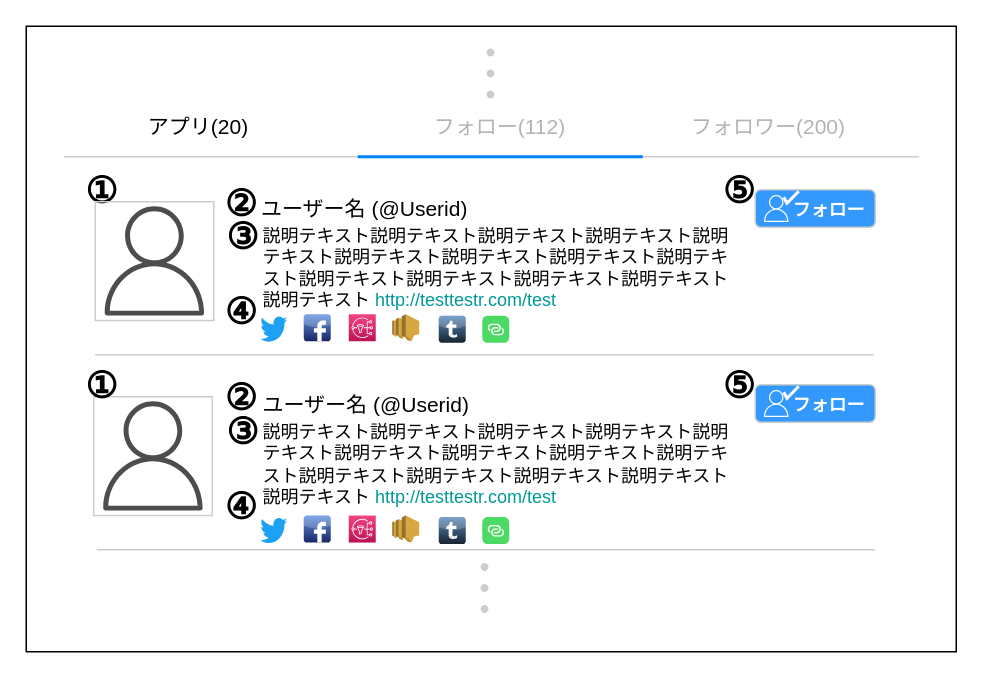
MewW6m/Mineso keeps this draw.io diagram as page "フォロー一覧" (7 of 18) of docsMng/reference/2_bd/ScreenDesign/scdesign.drawio. Above is the earlier version. Source tidied: cells renumbered, new cells numbered last; positions are measured from the earlier drawing's top-left corner, leaving out a move shared by most shapes. Both pictures are drawn from the tidied source at 150%, with x=0, y=0 at pixel (26, 26).
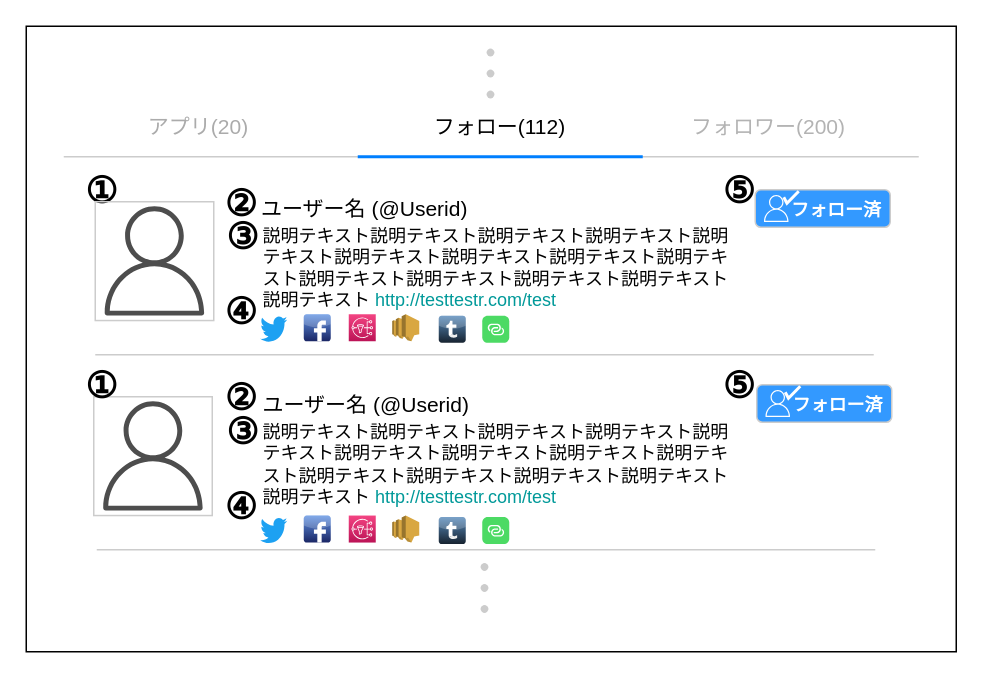
The same diagram, later.

What changed in the source:
```diff
@@
-    <mxCell id="5" value="&lt;font color=&quot;#000000&quot; style=&quot;font-size: 14px&quot;&gt;アプリ(20)&lt;/font&gt;" style="text;html=1;strokeColor=none;fillColor=none;align=center;verticalAlign=middle;whiteSpace=wrap;rounded=0;fontSize=14;fontColor=#009999;" parent="1" vertex="1">
+    <mxCell id="5" value="&lt;font style=&quot;font-size: 14px&quot; color=&quot;#ababab&quot;&gt;アプリ(20)&lt;/font&gt;" style="text;html=1;strokeColor=none;fillColor=none;align=center;verticalAlign=middle;whiteSpace=wrap;rounded=0;fontSize=14;fontColor=#009999;" parent="1" vertex="1">
       <mxGeometry x="45" y="57" width="140" height="20" as="geometry" />
     </mxCell>
-    <mxCell id="6" value="&lt;font style=&quot;font-size: 14px&quot;&gt;&lt;span style=&quot;font-size: 14px&quot;&gt;フォロー(112)&lt;/span&gt;&lt;/font&gt;" style="text;html=1;strokeColor=none;fillColor=none;align=center;verticalAlign=middle;whiteSpace=wrap;rounded=0;fontSize=14;fontColor=#B3B3B3;" parent="1" vertex="1">
+    <mxCell id="6" value="&lt;font style=&quot;font-size: 14px&quot; color=&quot;#000000&quot;&gt;&lt;span style=&quot;font-size: 14px&quot;&gt;フォロー(112)&lt;/span&gt;&lt;/font&gt;" style="text;html=1;strokeColor=none;fillColor=none;align=center;verticalAlign=middle;whiteSpace=wrap;rounded=0;fontSize=14;fontColor=#B3B3B3;" parent="1" vertex="1">
       <mxGeometry x="246" y="57" width="140" height="20" as="geometry" />
     </mxCell>
@@
-    <mxCell id="47" style="group;" parent="1" vertex="1">
-      <mxGeometry x="486" y="239" width="80" height="25" as="geometry" />
-    </mxCell>
-    <mxCell id="48" value="&lt;font style=&quot;font-size: 12px ; line-height: 200%&quot;&gt;　&amp;nbsp; フォロー&lt;/font&gt;" style="rounded=1;whiteSpace=wrap;html=1;fontSize=14;align=center;strokeColor=#CCCCCC;fontColor=#FFFFFF;fontStyle=1;fillColor=#3399FF;" parent="47" vertex="1">
-      <mxGeometry width="80" height="25" as="geometry" />
-    </mxCell>
-    <mxCell id="49" style="fontColor=#232F3E;gradientColor=none;dashed=0;verticalLabelPosition=bottom;verticalAlign=top;align=center;html=1;fontSize=12;fontStyle=0;shape=mxgraph.aws4.user;rounded=1;strokeWidth=1;fillColor=#FFFFFF;strokeColor=#FFFFFF;" parent="47" vertex="1">
-      <mxGeometry x="5" y="3.5" width="18" height="18" as="geometry" />
-    </mxCell>
-    <mxCell id="50" style="html=1;verticalLabelPosition=bottom;labelBackgroundColor=#ffffff;verticalAlign=top;shadow=0;dashed=0;strokeWidth=2;shape=mxgraph.ios7.misc.check;fillColor=#FFFFFF;fontColor=#FFFFFF;strokeColor=#FFFFFF;" parent="47" vertex="1">
-      <mxGeometry x="19" y="1" width="10" height="8" as="geometry" />
-    </mxCell>
@@
     <mxCell id="56" style="group;" parent="1" vertex="1">
-      <mxGeometry x="486" y="109" width="80" height="25" as="geometry" />
+      <mxGeometry x="486" y="109" width="90" height="25" as="geometry" />
     </mxCell>
-    <mxCell id="57" value="&lt;font style=&quot;font-size: 12px ; line-height: 200%&quot;&gt;　&amp;nbsp; フォロー&lt;/font&gt;" style="rounded=1;whiteSpace=wrap;html=1;fontSize=14;align=center;strokeColor=#CCCCCC;fontColor=#FFFFFF;fontStyle=1;fillColor=#3399FF;" parent="56" vertex="1">
-      <mxGeometry width="80" height="25" as="geometry" />
+    <mxCell id="57" value="&lt;font style=&quot;font-size: 12px ; line-height: 200%&quot;&gt;　&amp;nbsp; フォロー済&lt;/font&gt;" style="rounded=1;whiteSpace=wrap;html=1;fontSize=14;align=center;strokeColor=#CCCCCC;fontColor=#FFFFFF;fontStyle=1;fillColor=#3399FF;" parent="56" vertex="1">
+      <mxGeometry width="90" height="25" as="geometry" />
     </mxCell>
@@
+    <mxCell id="64" style="group;" parent="1" vertex="1">
+      <mxGeometry x="487" y="239" width="90" height="25" as="geometry" />
+    </mxCell>
+    <mxCell id="65" value="&lt;font style=&quot;font-size: 12px ; line-height: 200%&quot;&gt;　&amp;nbsp; フォロー済&lt;/font&gt;" style="rounded=1;whiteSpace=wrap;html=1;fontSize=14;align=center;strokeColor=#CCCCCC;fontColor=#FFFFFF;fontStyle=1;fillColor=#3399FF;" parent="64" vertex="1">
+      <mxGeometry width="90" height="25" as="geometry" />
+    </mxCell>
+    <mxCell id="49" style="fontColor=#232F3E;gradientColor=none;dashed=0;verticalLabelPosition=bottom;verticalAlign=top;align=center;html=1;fontSize=12;fontStyle=0;shape=mxgraph.aws4.user;rounded=1;strokeWidth=1;fillColor=#FFFFFF;strokeColor=#FFFFFF;" parent="64" vertex="1">
+      <mxGeometry x="5" y="3.5" width="18" height="18" as="geometry" />
+    </mxCell>
+    <mxCell id="50" style="html=1;verticalLabelPosition=bottom;labelBackgroundColor=#ffffff;verticalAlign=top;shadow=0;dashed=0;strokeWidth=2;shape=mxgraph.ios7.misc.check;fillColor=#FFFFFF;fontColor=#FFFFFF;strokeColor=#FFFFFF;" parent="64" vertex="1">
+      <mxGeometry x="19" y="1" width="10" height="8" as="geometry" />
+    </mxCell>
```
